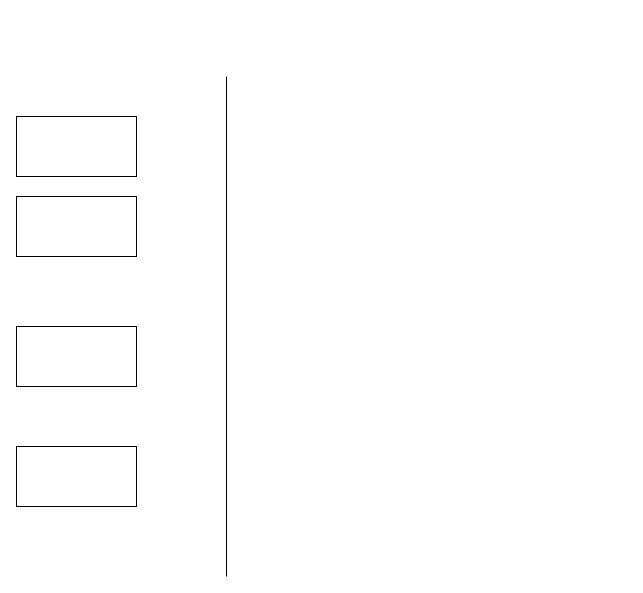
This is container_runtime.drawio from yokikim/Report-resource-linux, a draw.io file, before an edit. Source tidied: cells renumbered, new cells numbered last; positions are measured from the earlier drawing's top-left corner, leaving out a move shared by most shapes. Both pictures are drawn from the tidied source at 100%, with x=0, y=0 at pixel (16, 76).
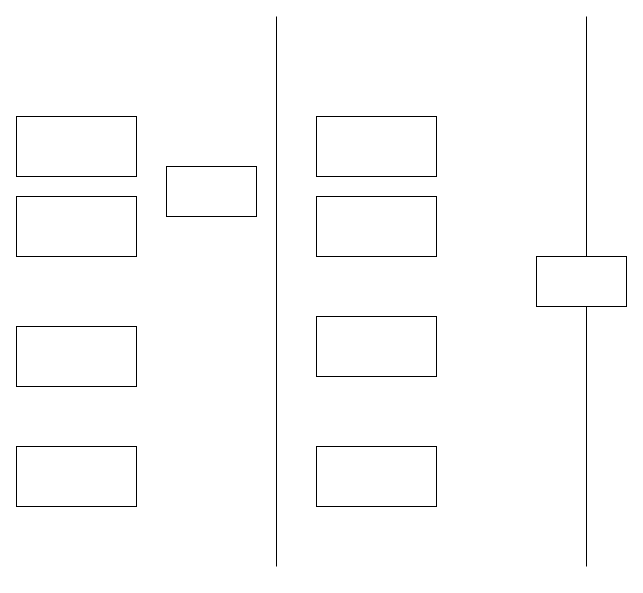
Above is the later version.

Change to the diagram source:
```diff
@@
 <mxGraphModel>
   <root>
     <mxCell id="0" />
     <mxCell id="1" parent="0" />
     <mxCell id="2" style="rounded=0;whiteSpace=wrap;html=1;" parent="1" vertex="1">
       <mxGeometry y="40" width="120" height="60" as="geometry" />
     </mxCell>
     <mxCell id="3" style="rounded=0;whiteSpace=wrap;html=1;" parent="1" vertex="1">
       <mxGeometry y="120" width="120" height="60" as="geometry" />
     </mxCell>
     <mxCell id="4" style="rounded=0;whiteSpace=wrap;html=1;" parent="1" vertex="1">
       <mxGeometry y="250" width="120" height="60" as="geometry" />
     </mxCell>
     <mxCell id="5" style="rounded=0;whiteSpace=wrap;html=1;" parent="1" vertex="1">
       <mxGeometry y="370" width="120" height="60" as="geometry" />
     </mxCell>
     <mxCell id="6" style="endArrow=none;html=1;rounded=0;" parent="1" edge="1">
       <mxGeometry relative="1" as="geometry">
-        <mxPoint x="210" y="500" as="sourcePoint" />
-        <mxPoint x="210" as="targetPoint" />
+        <mxPoint x="260" y="490" as="sourcePoint" />
+        <mxPoint x="260" y="-60" as="targetPoint" />
       </mxGeometry>
     </mxCell>
+    <mxCell id="7" style="rounded=0;whiteSpace=wrap;html=1;" parent="1" vertex="1">
+      <mxGeometry x="300" y="40" width="120" height="60" as="geometry" />
+    </mxCell>
+    <mxCell id="8" style="rounded=0;whiteSpace=wrap;html=1;" parent="1" vertex="1">
+      <mxGeometry x="300" y="120" width="120" height="60" as="geometry" />
+    </mxCell>
+    <mxCell id="9" style="rounded=0;whiteSpace=wrap;html=1;" parent="1" vertex="1">
+      <mxGeometry x="300" y="240" width="120" height="60" as="geometry" />
+    </mxCell>
+    <mxCell id="10" style="rounded=0;whiteSpace=wrap;html=1;" parent="1" vertex="1">
+      <mxGeometry x="300" y="370" width="120" height="60" as="geometry" />
+    </mxCell>
+    <mxCell id="11" style="endArrow=none;html=1;rounded=0;" parent="1" edge="1">
+      <mxGeometry relative="1" as="geometry">
+        <mxPoint x="570" y="490" as="sourcePoint" />
+        <mxPoint x="570" y="-60" as="targetPoint" />
+      </mxGeometry>
+    </mxCell>
+    <mxCell id="12" style="rounded=0;whiteSpace=wrap;html=1;" parent="1" vertex="1">
+      <mxGeometry x="150" y="90" width="90" height="50" as="geometry" />
+    </mxCell>
+    <mxCell id="13" style="rounded=0;whiteSpace=wrap;html=1;" parent="1" vertex="1">
+      <mxGeometry x="520" y="180" width="90" height="50" as="geometry" />
+    </mxCell>
   </root>
 </mxGraphModel>
```
